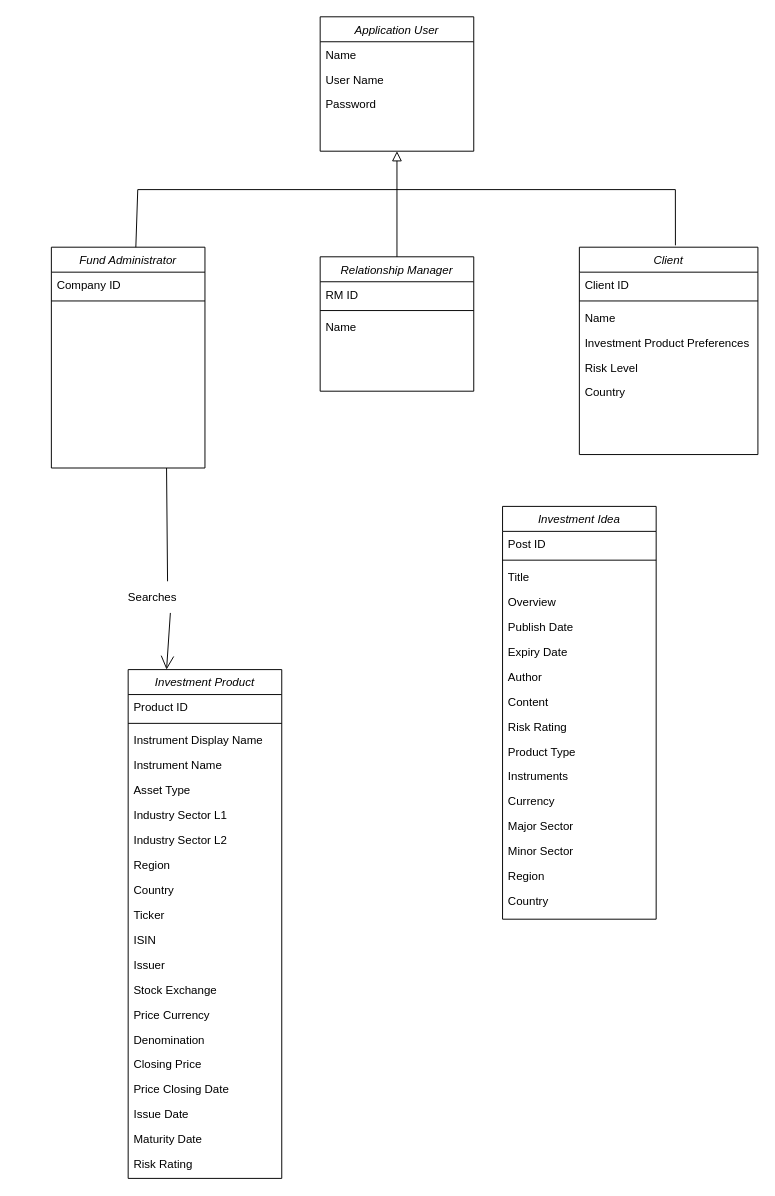
Before: Assignment Notes etc/InvestmentIdeas_ClassDiagram.drawio in danelms/softEng, a draw.io diagram. Source tidied: cells renumbered, new cells numbered last; positions are measured from the earlier drawing's top-left corner, leaving out a move shared by most shapes. Both pictures are drawn from the tidied source at 96%, with x=0, y=0 at pixel (51, 16).
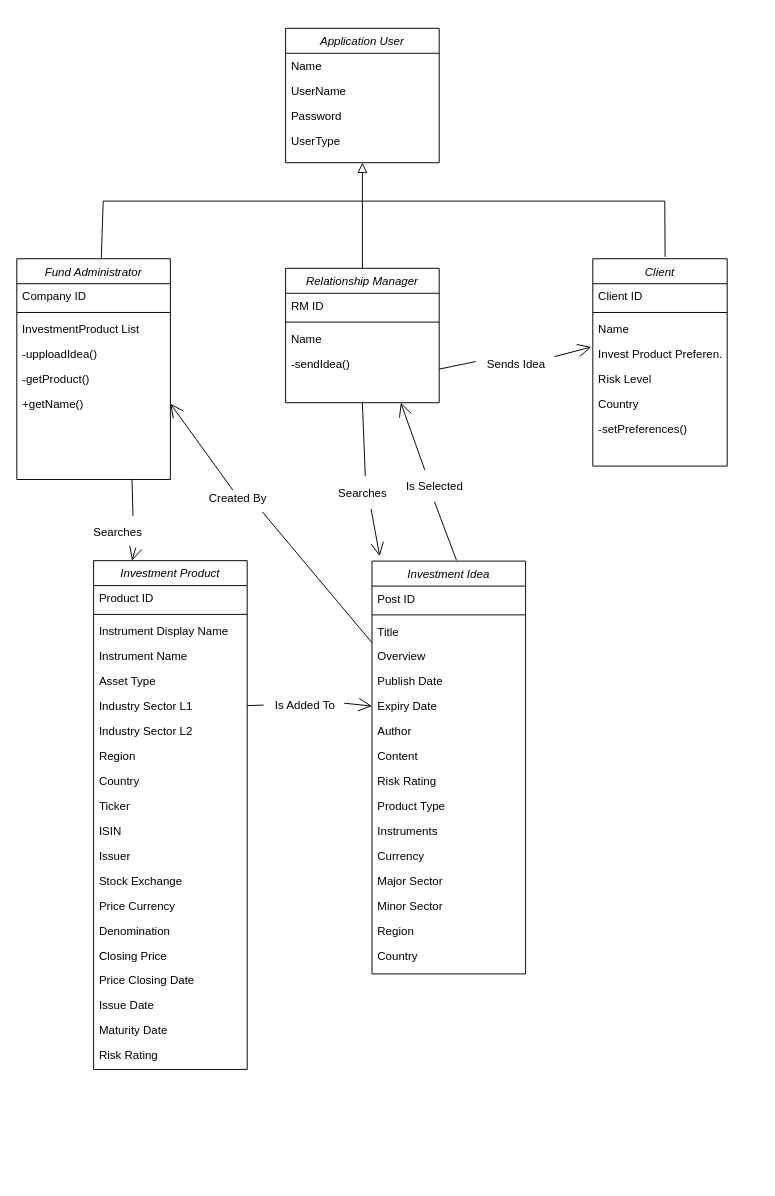
The same diagram, later.

Unchanged cells that the change refers to:
```xml
<mxCell id="15" value="Industry Sector L1" style="text;align=left;verticalAlign=top;spacingLeft=4;spacingRight=4;overflow=hidden;points=[[0,0.5],[1,0.5]];portConstraint=eastwest;" parent="9" vertex="1">
  <mxGeometry y="138" width="160" height="26" as="geometry" />
</mxCell>
<mxCell id="41" value="Overview" style="text;align=left;verticalAlign=top;spacingLeft=4;spacingRight=4;overflow=hidden;points=[[0,0.5],[1,0.5]];portConstraint=eastwest;" parent="37" vertex="1">
  <mxGeometry y="86" width="160" height="26" as="geometry" />
</mxCell>
<mxCell id="43" value="Expiry Date" style="text;align=left;verticalAlign=top;spacingLeft=4;spacingRight=4;overflow=hidden;points=[[0,0.5],[1,0.5]];portConstraint=eastwest;" parent="37" vertex="1">
  <mxGeometry y="138" width="160" height="26" as="geometry" />
</mxCell>
```

Change to the diagram source:
```diff
@@
     <mxCell id="2" value="Client&#10;" style="swimlane;fontStyle=2;align=center;verticalAlign=top;horizontal=1;startSize=26;rounded=0;shadow=0;strokeWidth=1;" parent="1" vertex="1">
-      <mxGeometry x="550" y="240" width="186" height="216" as="geometry" />
+      <mxGeometry x="564" y="252" width="140" height="216" as="geometry" />
     </mxCell>
     <mxCell id="3" value="Client ID" style="text;align=left;verticalAlign=top;spacingLeft=4;spacingRight=4;overflow=hidden;" parent="2" vertex="1">
-      <mxGeometry y="26" width="186" height="26" as="geometry" />
+      <mxGeometry y="26" width="140" height="26" as="geometry" />
     </mxCell>
     <mxCell id="4" style="line;html=1;strokeWidth=1;align=left;verticalAlign=middle;spacingTop=-1;spacingLeft=3;spacingRight=3;labelPosition=right;" parent="2" vertex="1">
-      <mxGeometry y="52" width="186" height="8" as="geometry" />
+      <mxGeometry y="52" width="140" height="8" as="geometry" />
     </mxCell>
     <mxCell id="5" value="Name" style="text;align=left;verticalAlign=top;spacingLeft=4;spacingRight=4;overflow=hidden;" parent="2" vertex="1">
-      <mxGeometry y="60" width="186" height="26" as="geometry" />
+      <mxGeometry y="60" width="140" height="26" as="geometry" />
     </mxCell>
-    <mxCell id="6" value="Investment Product Preferences " style="text;align=left;verticalAlign=top;spacingLeft=4;spacingRight=4;overflow=hidden;points=[[0,0.5],[1,0.5]];portConstraint=eastwest;rounded=0;shadow=0;html=0;" parent="2" vertex="1">
-      <mxGeometry y="86" width="186" height="26" as="geometry" />
+    <mxCell id="6" value="Invest Product Preferen." style="text;align=left;verticalAlign=top;spacingLeft=4;spacingRight=4;overflow=hidden;points=[[0,0.5],[1,0.5]];portConstraint=eastwest;rounded=0;shadow=0;html=0;" parent="2" vertex="1">
+      <mxGeometry y="86" width="140" height="26" as="geometry" />
     </mxCell>
     <mxCell id="7" value="Risk Level" style="text;align=left;verticalAlign=top;spacingLeft=4;spacingRight=4;overflow=hidden;rounded=0;shadow=0;html=0;" parent="2" vertex="1">
-      <mxGeometry y="112" width="186" height="26" as="geometry" />
+      <mxGeometry y="112" width="140" height="26" as="geometry" />
     </mxCell>
     <mxCell id="8" value="Country" style="text;align=left;verticalAlign=top;spacingLeft=4;spacingRight=4;overflow=hidden;rounded=0;shadow=0;html=0;" parent="2" vertex="1">
-      <mxGeometry y="138" width="186" height="26" as="geometry" />
+      <mxGeometry y="138" width="140" height="26" as="geometry" />
     </mxCell>
+    <mxCell id="63" value="-setPreferences()" style="text;align=left;verticalAlign=top;spacingLeft=4;spacingRight=4;overflow=hidden;rounded=0;shadow=0;html=0;" parent="2" vertex="1">
+      <mxGeometry y="164" width="140" height="26" as="geometry" />
+    </mxCell>
     <mxCell id="9" value="Investment Product" style="swimlane;fontStyle=2;align=center;verticalAlign=top;horizontal=1;startSize=26;rounded=0;shadow=0;strokeWidth=1;" parent="1" vertex="1">
-      <mxGeometry x="80" y="680" width="160" height="530" as="geometry" />
+      <mxGeometry x="44" y="566.5" width="160" height="530" as="geometry" />
     </mxCell>
@@
     <mxCell id="30" value="Fund Administrator" style="swimlane;fontStyle=2;align=center;verticalAlign=top;horizontal=1;startSize=26;rounded=0;shadow=0;strokeWidth=1;" parent="1" vertex="1">
-      <mxGeometry y="240" width="160" height="230" as="geometry" />
+      <mxGeometry x="-36" y="252" width="160" height="230" as="geometry" />
     </mxCell>
@@
+    <mxCell id="64" value="InvestmentProduct List" style="text;align=left;verticalAlign=top;spacingLeft=4;spacingRight=4;overflow=hidden;" parent="30" vertex="1">
+      <mxGeometry y="60" width="160" height="26" as="geometry" />
+    </mxCell>
+    <mxCell id="65" value="-upploadIdea()" style="text;align=left;verticalAlign=top;spacingLeft=4;spacingRight=4;overflow=hidden;" parent="30" vertex="1">
+      <mxGeometry y="86" width="160" height="26" as="geometry" />
+    </mxCell>
+    <mxCell id="66" value="-getProduct()" style="text;align=left;verticalAlign=top;spacingLeft=4;spacingRight=4;overflow=hidden;" parent="30" vertex="1">
+      <mxGeometry y="112" width="160" height="26" as="geometry" />
+    </mxCell>
+    <mxCell id="67" value="+getName()" style="text;align=left;verticalAlign=top;spacingLeft=4;spacingRight=4;overflow=hidden;points=[[0,0.5],[1,0.5]];portConstraint=eastwest;" parent="30" vertex="1">
+      <mxGeometry y="138" width="160" height="26" as="geometry" />
+    </mxCell>
     <mxCell id="33" value="Relationship Manager" style="swimlane;fontStyle=2;align=center;verticalAlign=top;horizontal=1;startSize=26;rounded=0;shadow=0;strokeWidth=1;" parent="1" vertex="1">
-      <mxGeometry x="280" y="250" width="160" height="140" as="geometry" />
+      <mxGeometry x="244" y="262" width="160" height="140" as="geometry" />
     </mxCell>
@@
+    <mxCell id="68" value="-sendIdea()" style="text;align=left;verticalAlign=top;spacingLeft=4;spacingRight=4;overflow=hidden;rounded=0;shadow=0;html=0;" parent="33" vertex="1">
+      <mxGeometry y="86" width="160" height="26" as="geometry" />
+    </mxCell>
     <mxCell id="37" value="Investment Idea" style="swimlane;fontStyle=2;align=center;verticalAlign=top;horizontal=1;startSize=26;rounded=0;shadow=0;strokeWidth=1;" parent="1" vertex="1">
-      <mxGeometry x="470" y="510" width="160" height="430" as="geometry" />
+      <mxGeometry x="334" y="567" width="160" height="430" as="geometry" />
     </mxCell>
@@
     <mxCell id="55" value="Searches" style="text;html=1;align=center;verticalAlign=middle;points=[];strokeColor=none;fillColor=none;" parent="1" vertex="1">
-      <mxGeometry x="70" y="590" width="70" height="30" as="geometry" />
+      <mxGeometry x="34" y="522" width="70" height="30" as="geometry" />
     </mxCell>
@@
     <mxCell id="57" value="Application User" style="swimlane;fontStyle=2;align=center;verticalAlign=top;horizontal=1;startSize=26;rounded=0;shadow=0;strokeWidth=1;" parent="1" vertex="1">
-      <mxGeometry x="280" width="160" height="140" as="geometry" />
+      <mxGeometry x="244" y="12" width="160" height="140" as="geometry" />
     </mxCell>
@@
-    <mxCell id="59" value="User Name" style="text;align=left;verticalAlign=top;spacingLeft=4;spacingRight=4;overflow=hidden;rounded=0;shadow=0;html=0;" parent="57" vertex="1">
+    <mxCell id="59" value="UserName" style="text;align=left;verticalAlign=top;spacingLeft=4;spacingRight=4;overflow=hidden;rounded=0;shadow=0;html=0;" parent="57" vertex="1">
       <mxGeometry y="52" width="160" height="26" as="geometry" />
     </mxCell>
@@
+    <mxCell id="69" value="UserType" style="text;align=left;verticalAlign=top;spacingLeft=4;spacingRight=4;overflow=hidden;rounded=0;shadow=0;html=0;" parent="57" vertex="1">
+      <mxGeometry y="104" width="160" height="26" as="geometry" />
+    </mxCell>
     <mxCell id="61" style="endArrow=block;startArrow=none;endFill=0;startFill=0;endSize=8;html=1;verticalAlign=bottom;labelBackgroundColor=none;strokeWidth=1;rounded=0;edgeStyle=orthogonalEdgeStyle;entryX=0.5;entryY=1;entryDx=0;entryDy=0;" parent="1" edge="1" target="57">
       <mxGeometry relative="1" as="geometry">
-        <mxPoint x="360" y="250" as="sourcePoint" />
+        <mxPoint x="324" y="262" as="sourcePoint" />
         <Array as="points">
-          <mxPoint x="360" y="250" />
+          <mxPoint x="324" y="262" />
         </Array>
       </mxGeometry>
     </mxCell>
     <mxCell id="62" style="endArrow=none;html=1;rounded=0;entryX=0.538;entryY=-0.009;entryDx=0;entryDy=0;exitX=0.55;exitY=0;exitDx=0;exitDy=0;exitPerimeter=0;entryPerimeter=0;" parent="1" edge="1" source="30" target="2">
       <mxGeometry relative="1" as="geometry">
         <Array as="points">
-          <mxPoint x="90" y="180" />
-          <mxPoint x="650" y="180" />
+          <mxPoint x="54" y="192" />
+          <mxPoint x="639" y="192" />
         </Array>
       </mxGeometry>
     </mxCell>
+    <mxCell id="70" style="endArrow=open;endFill=1;endSize=12;html=1;rounded=0;entryX=0;entryY=0.5;entryDx=0;entryDy=0;exitX=1.013;exitY=0.35;exitDx=0;exitDy=0;exitPerimeter=0;" parent="1" edge="1" source="71" target="43">
+      <mxGeometry relative="1" as="geometry" />
+    </mxCell>
+    <mxCell id="71" value="Is Added To" style="text;html=1;align=center;verticalAlign=middle;points=[];strokeColor=none;fillColor=none;" parent="1" vertex="1">
+      <mxGeometry x="224" y="708" width="80" height="20" as="geometry" />
+    </mxCell>
+    <mxCell id="72" style="endArrow=none;html=1;rounded=0;exitX=-0.037;exitY=0.45;exitDx=0;exitDy=0;exitPerimeter=0;entryX=1;entryY=0.5;entryDx=0;entryDy=0;startArrow=none;" parent="1" edge="1" source="71" target="15">
+      <mxGeometry relative="1" as="geometry" />
+    </mxCell>
+    <mxCell id="73" style="endArrow=none;html=1;rounded=0;exitX=0.543;exitY=-0.117;exitDx=0;exitDy=0;exitPerimeter=0;startArrow=none;" parent="1" edge="1" source="74">
+      <mxGeometry relative="1" as="geometry">
+        <mxPoint x="324" y="402" as="targetPoint" />
+      </mxGeometry>
+    </mxCell>
+    <mxCell id="74" value="Searches" style="text;html=1;align=center;verticalAlign=middle;points=[];strokeColor=none;fillColor=none;" parent="1" vertex="1">
+      <mxGeometry x="289" y="482" width="70" height="30" as="geometry" />
+    </mxCell>
+    <mxCell id="75" style="endArrow=open;endFill=1;endSize=12;html=1;rounded=0;exitX=0.629;exitY=1.017;exitDx=0;exitDy=0;exitPerimeter=0;entryX=0.05;entryY=-0.012;entryDx=0;entryDy=0;entryPerimeter=0;" parent="1" edge="1" source="74" target="37">
+      <mxGeometry relative="1" as="geometry" />
+    </mxCell>
+    <mxCell id="76" style="endArrow=open;endFill=1;endSize=12;html=1;rounded=0;entryX=0.75;entryY=1;entryDx=0;entryDy=0;exitX=0.357;exitY=0;exitDx=0;exitDy=0;exitPerimeter=0;" parent="1" edge="1" source="77" target="33">
+      <mxGeometry relative="1" as="geometry" />
+    </mxCell>
+    <mxCell id="77" value="&lt;font style=&quot;font-size: 12px&quot;&gt;Is Selected&lt;/font&gt;" style="text;html=1;align=center;verticalAlign=middle;points=[];strokeColor=none;fillColor=none;fontSize=19;" parent="1" vertex="1">
+      <mxGeometry x="364" y="472" width="70" height="30" as="geometry" />
+    </mxCell>
+    <mxCell id="78" style="endArrow=none;html=1;rounded=0;exitX=0.55;exitY=-0.002;exitDx=0;exitDy=0;exitPerimeter=0;startArrow=none;entryX=0.5;entryY=1.1;entryDx=0;entryDy=0;entryPerimeter=0;" parent="1" edge="1" source="37" target="77">
+      <mxGeometry relative="1" as="geometry" />
+    </mxCell>
+    <mxCell id="79" style="endArrow=open;endFill=1;endSize=12;html=1;rounded=0;entryX=-0.011;entryY=0.231;entryDx=0;entryDy=0;exitX=1;exitY=0.3;exitDx=0;exitDy=0;exitPerimeter=0;entryPerimeter=0;" parent="1" edge="1" source="80" target="6">
+      <mxGeometry relative="1" as="geometry" />
+    </mxCell>
+    <mxCell id="80" value="&lt;font style=&quot;font-size: 12px&quot;&gt;Sends Idea&lt;/font&gt;" style="text;html=1;align=center;verticalAlign=middle;points=[];strokeColor=none;fillColor=none;fontSize=19;" parent="1" vertex="1">
+      <mxGeometry x="444" y="345" width="80" height="30" as="geometry" />
+    </mxCell>
+    <mxCell id="81" style="endArrow=none;html=1;rounded=0;exitX=1;exitY=0.75;exitDx=0;exitDy=0;startArrow=none;entryX=-0.025;entryY=0.471;entryDx=0;entryDy=0;entryPerimeter=0;" parent="1" edge="1" source="33" target="80">
+      <mxGeometry relative="1" as="geometry" />
+    </mxCell>
+    <mxCell id="82" style="endArrow=none;html=1;rounded=0;exitX=0;exitY=-0.038;exitDx=0;exitDy=0;exitPerimeter=0;startArrow=none;entryX=0.821;entryY=1.183;entryDx=0;entryDy=0;entryPerimeter=0;" parent="1" edge="1" source="41" target="84">
+      <mxGeometry relative="1" as="geometry" />
+    </mxCell>
+    <mxCell id="83" style="endArrow=open;endFill=1;endSize=12;html=1;rounded=0;entryX=1;entryY=0.5;entryDx=0;entryDy=0;exitX=0.438;exitY=0.05;exitDx=0;exitDy=0;exitPerimeter=0;" parent="1" edge="1" source="84" target="67">
+      <mxGeometry relative="1" as="geometry" />
+    </mxCell>
+    <mxCell id="84" value="Created By" style="text;html=1;align=center;verticalAlign=middle;points=[];strokeColor=none;fillColor=none;fontSize=12;" parent="1" vertex="1">
+      <mxGeometry x="154" y="492" width="80" height="20" as="geometry" />
+    </mxCell>
```
